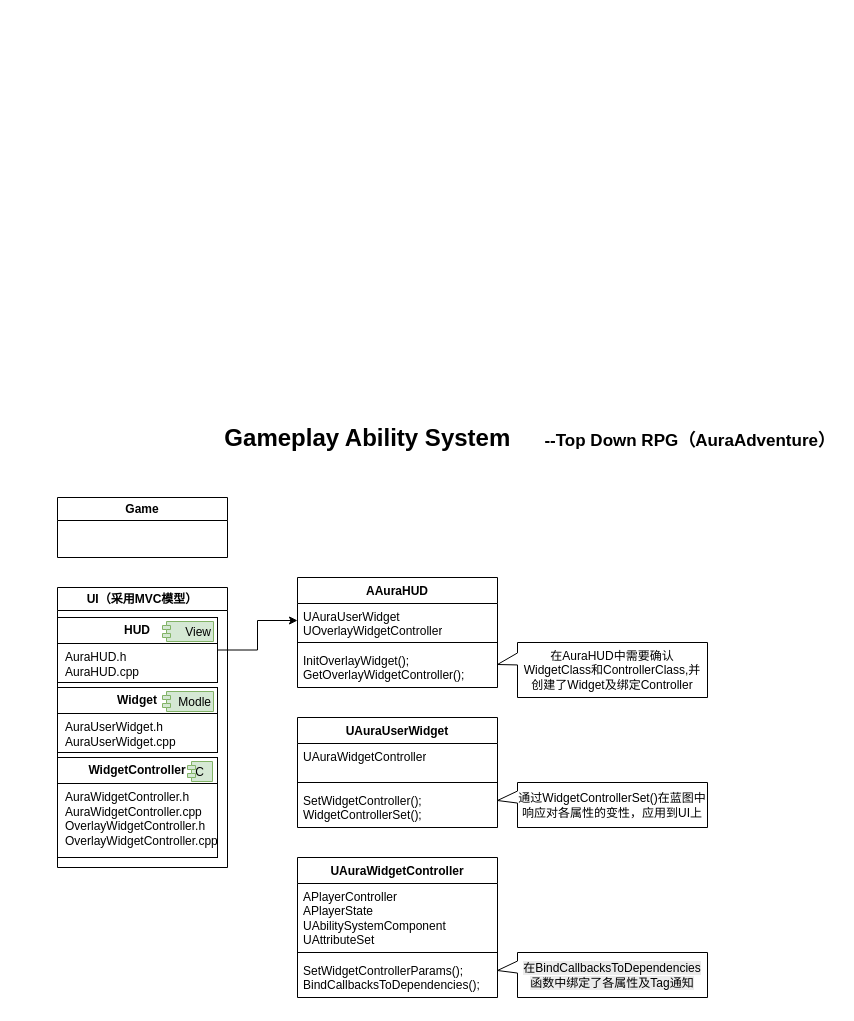
The draw.io diagram GAS.drawio in LoveUE4321/AuraAdventure, before the edit. Source tidied: cells renumbered, new cells numbered last; positions are measured from the earlier drawing's top-left corner, leaving out a move shared by most shapes. Both pictures are drawn from the tidied source at 100%, with x=0, y=0 at pixel (17, 417).
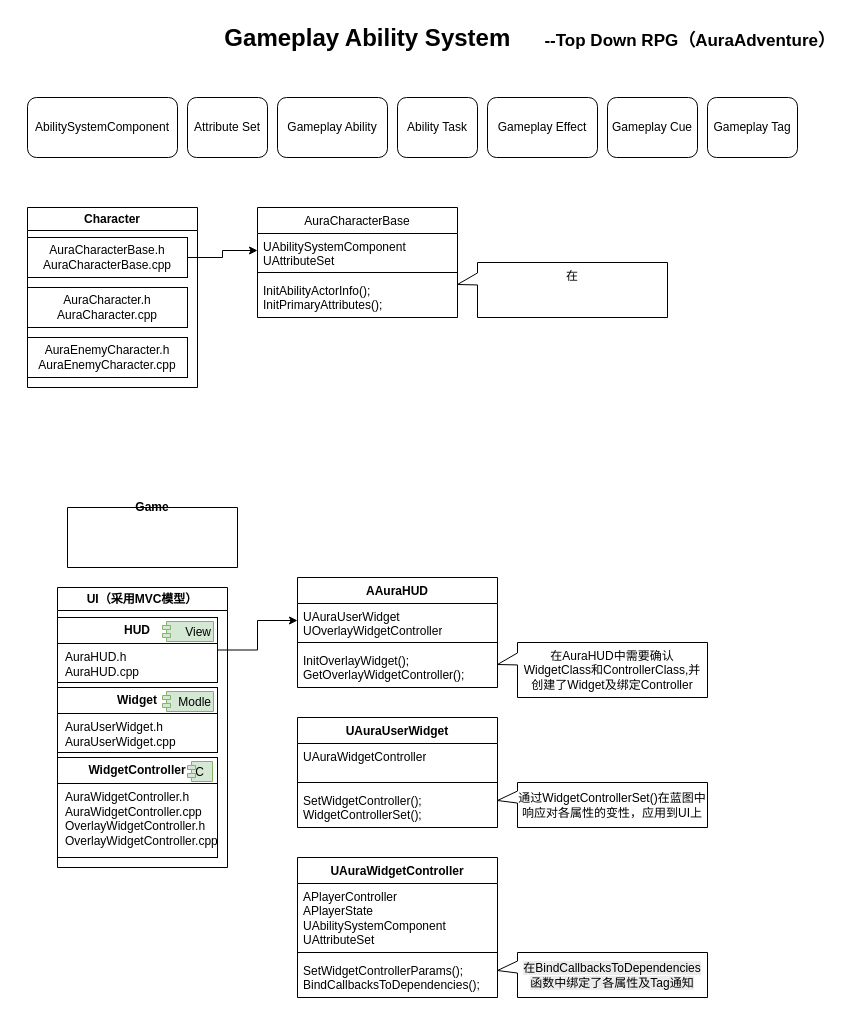
The same page after the edit.

What changed in the source:
```diff
@@
     <mxCell id="2" value="&lt;h1 style=&quot;margin-top: 0px;&quot;&gt;&lt;span style=&quot;background-color: transparent; color: light-dark(rgb(0, 0, 0), rgb(255, 255, 255));&quot;&gt;Gameplay Ability System&lt;span style=&quot;white-space: pre;&quot;&gt;&#9;&lt;/span&gt;&lt;font style=&quot;font-size: 17px;&quot;&gt;--Top Down RPG（AuraAdventure）&lt;/font&gt;&lt;/span&gt;&lt;/h1&gt;" style="text;html=1;whiteSpace=wrap;overflow=hidden;rounded=0;align=right;" parent="1" vertex="1">
-      <mxGeometry width="820" height="40" as="geometry" />
+      <mxGeometry y="-400" width="820" height="40" as="geometry" />
     </mxCell>
-    <mxCell id="3" value="Game" style="swimlane;whiteSpace=wrap;html=1;" parent="1" vertex="1">
-      <mxGeometry x="40" y="80" width="170" height="60" as="geometry" />
+    <mxCell id="3" value="Character" style="swimlane;whiteSpace=wrap;html=1;" parent="1" vertex="1">
+      <mxGeometry x="10" y="-210" width="170" height="180" as="geometry" />
     </mxCell>
+    <mxCell id="27" value="AuraCharacter.h&lt;div&gt;AuraCharacter.cpp&lt;/div&gt;" style="rounded=0;whiteSpace=wrap;html=1;align=center;" parent="3" vertex="1">
+      <mxGeometry y="80" width="160" height="40" as="geometry" />
+    </mxCell>
+    <mxCell id="28" value="AuraEnemyCharacter.h&lt;div&gt;Aura&lt;span style=&quot;background-color: transparent; color: light-dark(rgb(0, 0, 0), rgb(255, 255, 255));&quot;&gt;Enemy&lt;/span&gt;&lt;span style=&quot;background-color: transparent; color: light-dark(rgb(0, 0, 0), rgb(255, 255, 255));&quot;&gt;Character.cpp&lt;/span&gt;&lt;/div&gt;" style="rounded=0;whiteSpace=wrap;html=1;align=center;" parent="3" vertex="1">
+      <mxGeometry y="130" width="160" height="40" as="geometry" />
+    </mxCell>
@@
+    <mxCell id="29" value="AbilitySystemComponent" style="rounded=1;whiteSpace=wrap;html=1;" parent="1" vertex="1">
+      <mxGeometry x="10" y="-320" width="150" height="60" as="geometry" />
+    </mxCell>
+    <mxCell id="30" value="Attribute Set" style="rounded=1;whiteSpace=wrap;html=1;" parent="1" vertex="1">
+      <mxGeometry x="170" y="-320" width="80" height="60" as="geometry" />
+    </mxCell>
+    <mxCell id="31" value="Gameplay Ability" style="rounded=1;whiteSpace=wrap;html=1;" parent="1" vertex="1">
+      <mxGeometry x="260" y="-320" width="110" height="60" as="geometry" />
+    </mxCell>
+    <mxCell id="32" value="Ability Task" style="rounded=1;whiteSpace=wrap;html=1;" parent="1" vertex="1">
+      <mxGeometry x="380" y="-320" width="80" height="60" as="geometry" />
+    </mxCell>
+    <mxCell id="33" value="Gameplay Effect" style="rounded=1;whiteSpace=wrap;html=1;" parent="1" vertex="1">
+      <mxGeometry x="470" y="-320" width="110" height="60" as="geometry" />
+    </mxCell>
+    <mxCell id="34" value="Gameplay Cue" style="rounded=1;whiteSpace=wrap;html=1;" parent="1" vertex="1">
+      <mxGeometry x="590" y="-320" width="90" height="60" as="geometry" />
+    </mxCell>
+    <mxCell id="35" value="Gameplay Tag" style="rounded=1;whiteSpace=wrap;html=1;" parent="1" vertex="1">
+      <mxGeometry x="690" y="-320" width="90" height="60" as="geometry" />
+    </mxCell>
+    <mxCell id="36" value="Game" style="swimlane;whiteSpace=wrap;html=1;startSize=0;" parent="1" vertex="1">
+      <mxGeometry x="50" y="90" width="170" height="60" as="geometry" />
+    </mxCell>
+    <mxCell id="37" value="AuraCharacterBase.h&lt;div&gt;AuraCharacterBase.cpp&lt;/div&gt;" style="rounded=0;whiteSpace=wrap;html=1;align=center;" parent="1" vertex="1">
+      <mxGeometry x="10" y="-180" width="160" height="40" as="geometry" />
+    </mxCell>
+    <mxCell id="38" value="&lt;span style=&quot;font-weight: 400;&quot;&gt;AuraCharacterBase&lt;/span&gt;" style="swimlane;fontStyle=1;align=center;verticalAlign=top;horizontal=1;startSize=26;whiteSpace=wrap;html=1;" parent="1" vertex="1">
+      <mxGeometry x="240" y="-210" width="200" height="110" as="geometry" />
+    </mxCell>
+    <mxCell id="39" value="UAbilitySystemComponent&lt;div&gt;UAttributeSet&lt;/div&gt;" style="text;strokeColor=none;fillColor=none;align=left;verticalAlign=top;spacingLeft=4;spacingRight=4;overflow=hidden;points=[[0,0.5],[1,0.5]];portConstraint=eastwest;whiteSpace=wrap;html=1;" parent="38" vertex="1">
+      <mxGeometry y="26" width="200" height="34" as="geometry" />
+    </mxCell>
+    <mxCell id="40" style="line;strokeWidth=1;fillColor=none;align=left;verticalAlign=middle;spacingTop=-1;spacingLeft=3;spacingRight=3;labelPosition=right;strokeColor=inherit;" parent="38" vertex="1">
+      <mxGeometry y="60" width="200" height="10" as="geometry" />
+    </mxCell>
+    <mxCell id="41" value="InitAbilityActorInfo();&lt;div&gt;InitPrimaryAttributes();&lt;/div&gt;" style="text;strokeColor=none;fillColor=none;align=left;verticalAlign=top;spacingLeft=4;spacingRight=4;overflow=hidden;whiteSpace=wrap;html=1;" parent="38" vertex="1">
+      <mxGeometry y="70" width="200" height="40" as="geometry" />
+    </mxCell>
+    <mxCell id="42" style="edgeStyle=orthogonalEdgeStyle;rounded=0;jettySize=auto;html=1;exitX=1;exitY=0.5;exitDx=0;exitDy=0;entryX=0;entryY=0.5;entryDx=0;entryDy=0;" parent="1" edge="1" source="37" target="39">
+      <mxGeometry relative="1" as="geometry" />
+    </mxCell>
+    <mxCell id="43" value="在" style="shape=callout;whiteSpace=wrap;html=1;perimeter=calloutPerimeter;position2=0.4;size=20;position=0.19;base=12;direction=south;verticalAlign=top;" parent="1" vertex="1">
+      <mxGeometry x="440" y="-155" width="210" height="55" as="geometry" />
+    </mxCell>
```
